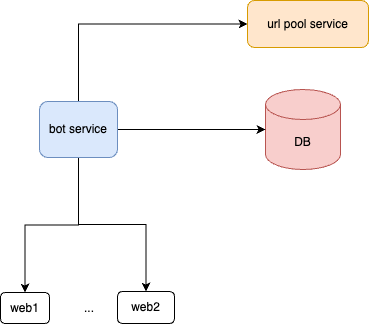
The draw.io diagram pictures/bot/brief.drawio.png in alikWu/system-design, before a commit. Source tidied: cells renumbered, new cells last; positions are measured from the earlier drawing's top-left corner, leaving out a move shared by most shapes. The source it was exported from:
```xml
<mxGraphModel>
  <root>
    <mxCell id="0" />
    <mxCell id="1" parent="0" />
    <mxCell id="2" value="DB" style="shape=cylinder3;whiteSpace=wrap;html=1;boundedLbl=1;backgroundOutline=1;size=15;fillColor=#f8cecc;strokeColor=#b85450;" parent="1" vertex="1">
      <mxGeometry x="265" y="89" width="75" height="80" as="geometry" />
    </mxCell>
    <mxCell id="3" style="edgeStyle=orthogonalEdgeStyle;rounded=0;jettySize=auto;html=1;exitX=0.5;exitY=0;exitDx=0;exitDy=0;entryX=0;entryY=0.5;entryDx=0;entryDy=0;" parent="1" edge="1" source="7" target="8">
      <mxGeometry relative="1" as="geometry" />
    </mxCell>
    <mxCell id="4" style="edgeStyle=orthogonalEdgeStyle;rounded=0;jettySize=auto;html=1;exitX=1;exitY=0.5;exitDx=0;exitDy=0;" parent="1" edge="1" source="7" target="2">
      <mxGeometry relative="1" as="geometry" />
    </mxCell>
    <mxCell id="5" style="edgeStyle=orthogonalEdgeStyle;rounded=0;jettySize=auto;html=1;exitX=0.5;exitY=1;exitDx=0;exitDy=0;" parent="1" edge="1" source="7" target="10">
      <mxGeometry relative="1" as="geometry" />
    </mxCell>
    <mxCell id="6" style="edgeStyle=orthogonalEdgeStyle;rounded=0;jettySize=auto;html=1;exitX=0.5;exitY=1;exitDx=0;exitDy=0;entryX=0.5;entryY=0;entryDx=0;entryDy=0;" parent="1" edge="1" source="7" target="9">
      <mxGeometry relative="1" as="geometry" />
    </mxCell>
    <mxCell id="7" value="bot service" style="rounded=1;whiteSpace=wrap;html=1;fillColor=#dae8fc;strokeColor=#6c8ebf;" parent="1" vertex="1">
      <mxGeometry x="39" y="101" width="78" height="56" as="geometry" />
    </mxCell>
    <mxCell id="8" value="url pool service" style="rounded=1;whiteSpace=wrap;html=1;fillColor=#ffe6cc;strokeColor=#d79b00;" parent="1" vertex="1">
      <mxGeometry x="247" width="121" height="47" as="geometry" />
    </mxCell>
    <mxCell id="9" value="web1" style="rounded=1;whiteSpace=wrap;html=1;" parent="1" vertex="1">
      <mxGeometry y="292" width="49" height="31" as="geometry" />
    </mxCell>
    <mxCell id="10" value="web2" style="rounded=1;whiteSpace=wrap;html=1;" parent="1" vertex="1">
      <mxGeometry x="117" y="291" width="57" height="32" as="geometry" />
    </mxCell>
    <mxCell id="11" value="..." style="text;html=1;align=center;verticalAlign=middle;whiteSpace=wrap;rounded=0;" parent="1" vertex="1">
      <mxGeometry x="59" y="293" width="60" height="30" as="geometry" />
    </mxCell>
  </root>
</mxGraphModel>
```
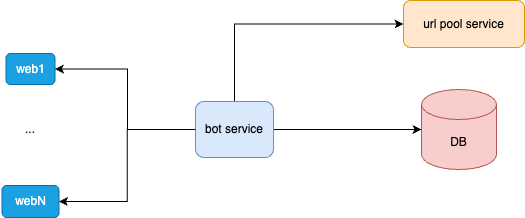
The same file after the commit.

Change to the diagram source:
```diff
@@ -11,26 +11,31 @@
     <mxCell id="4" style="edgeStyle=orthogonalEdgeStyle;rounded=0;jettySize=auto;html=1;exitX=1;exitY=0.5;exitDx=0;exitDy=0;" parent="1" edge="1" source="7" target="2">
       <mxGeometry relative="1" as="geometry" />
     </mxCell>
-    <mxCell id="5" style="edgeStyle=orthogonalEdgeStyle;rounded=0;jettySize=auto;html=1;exitX=0.5;exitY=1;exitDx=0;exitDy=0;" parent="1" edge="1" source="7" target="10">
-      <mxGeometry relative="1" as="geometry" />
-    </mxCell>
-    <mxCell id="6" style="edgeStyle=orthogonalEdgeStyle;rounded=0;jettySize=auto;html=1;exitX=0.5;exitY=1;exitDx=0;exitDy=0;entryX=0.5;entryY=0;entryDx=0;entryDy=0;" parent="1" edge="1" source="7" target="9">
-      <mxGeometry relative="1" as="geometry" />
-    </mxCell>
     <mxCell id="7" value="bot service" style="rounded=1;whiteSpace=wrap;html=1;fillColor=#dae8fc;strokeColor=#6c8ebf;" parent="1" vertex="1">
       <mxGeometry x="39" y="101" width="78" height="56" as="geometry" />
     </mxCell>
     <mxCell id="8" value="url pool service" style="rounded=1;whiteSpace=wrap;html=1;fillColor=#ffe6cc;strokeColor=#d79b00;" parent="1" vertex="1">
       <mxGeometry x="247" width="121" height="47" as="geometry" />
     </mxCell>
+    <mxCell id="12" style="edgeStyle=orthogonalEdgeStyle;rounded=0;jettySize=auto;html=1;exitX=1;exitY=0.5;exitDx=0;exitDy=0;entryX=0;entryY=0.5;entryDx=0;entryDy=0;startArrow=classic;startFill=1;endArrow=none;endFill=0;" parent="1" edge="1" source="9" target="7">
+      <mxGeometry relative="1" as="geometry">
+        <Array as="points">
+          <mxPoint x="-29" y="69" />
+          <mxPoint x="-29" y="129" />
+        </Array>
+      </mxGeometry>
+    </mxCell>
-    <mxCell id="9" value="web1" style="rounded=1;whiteSpace=wrap;html=1;" parent="1" vertex="1">
-      <mxGeometry y="292" width="49" height="31" as="geometry" />
+    <mxCell id="9" value="web1" style="rounded=1;whiteSpace=wrap;html=1;fillColor=#1ba1e2;fontColor=#ffffff;strokeColor=#006EAF;" parent="1" vertex="1">
+      <mxGeometry x="-150.5" y="53" width="49" height="31" as="geometry" />
     </mxCell>
+    <mxCell id="13" style="edgeStyle=orthogonalEdgeStyle;rounded=0;jettySize=auto;html=1;exitX=1;exitY=0.5;exitDx=0;exitDy=0;entryX=0;entryY=0.5;entryDx=0;entryDy=0;startArrow=classic;startFill=1;endArrow=none;endFill=0;" parent="1" edge="1" source="10" target="7">
+      <mxGeometry relative="1" as="geometry" />
+    </mxCell>
-    <mxCell id="10" value="web2" style="rounded=1;whiteSpace=wrap;html=1;" parent="1" vertex="1">
-      <mxGeometry x="117" y="291" width="57" height="32" as="geometry" />
+    <mxCell id="10" value="webN" style="rounded=1;whiteSpace=wrap;html=1;fillColor=#1ba1e2;fontColor=#ffffff;strokeColor=#006EAF;" parent="1" vertex="1">
+      <mxGeometry x="-154.5" y="185" width="57" height="32" as="geometry" />
     </mxCell>
     <mxCell id="11" value="..." style="text;html=1;align=center;verticalAlign=middle;whiteSpace=wrap;rounded=0;" parent="1" vertex="1">
-      <mxGeometry x="59" y="293" width="60" height="30" as="geometry" />
+      <mxGeometry x="-156" y="114" width="60" height="30" as="geometry" />
     </mxCell>
   </root>
 </mxGraphModel>
```
